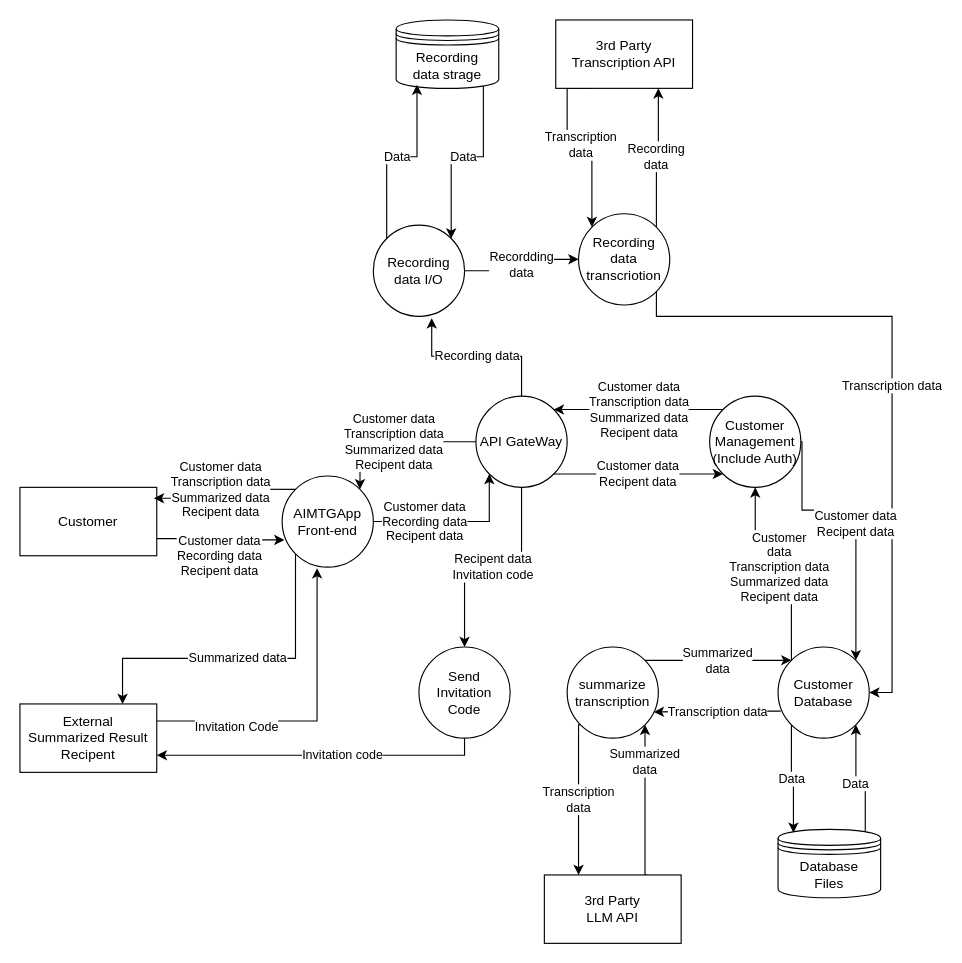
JNSA-AISecurityWG/Evaluation-of-AI-Threat-Modeling-Techniques keeps this draw.io diagram as model/AIMTGApp_DFD.drawio. Above is the earlier version. Source tidied: cells renumbered, new cells numbered last; positions are measured from the earlier drawing's top-left corner, leaving out a move shared by most shapes. Both pictures are drawn from the tidied source at 114%, with x=0, y=0 at pixel (19, 19).
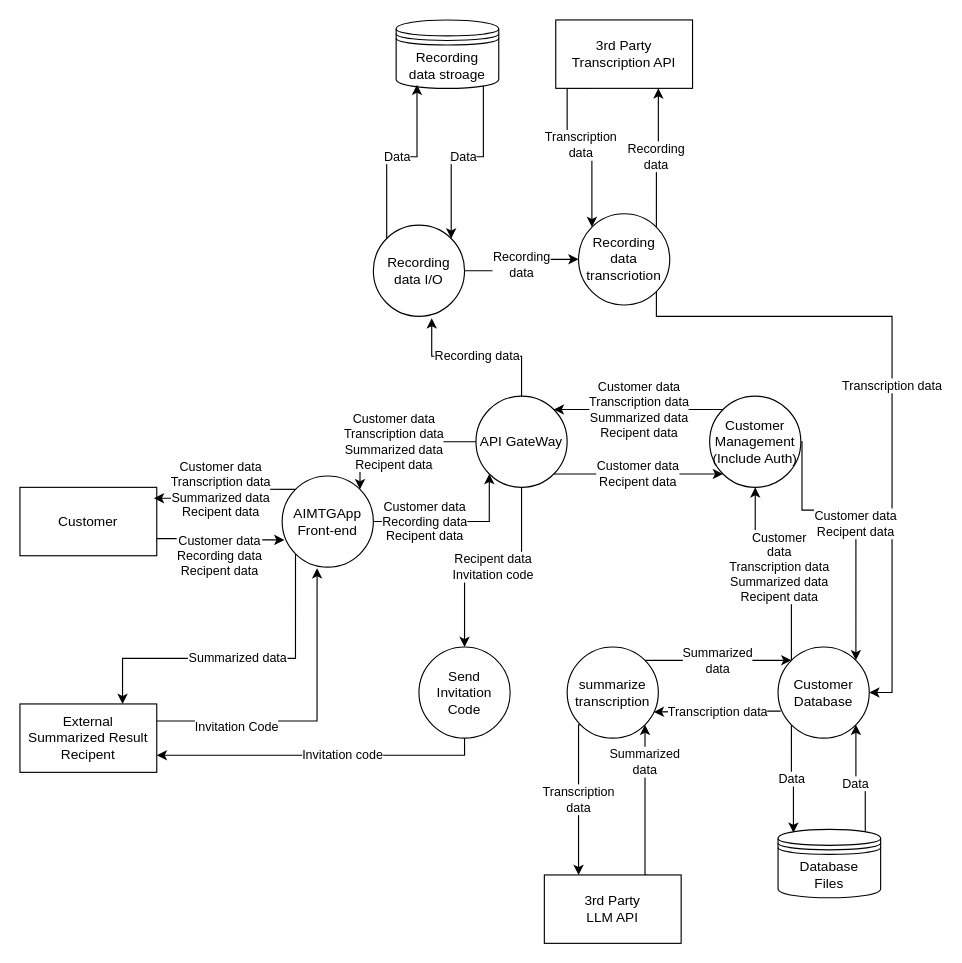
Above is the later version.

Unchanged cells that the change refers to:
```xml
<mxCell id="24" value="&lt;div&gt;Recording data transcriotion&lt;/div&gt;" style="ellipse;whiteSpace=wrap;html=1;" parent="1" vertex="1">
  <mxGeometry x="490" y="170" width="80" height="80" as="geometry" />
</mxCell>
<mxCell id="25" value="&lt;div&gt;Recording data I/O&lt;/div&gt;" style="ellipse;whiteSpace=wrap;html=1;" parent="1" vertex="1">
  <mxGeometry x="310" y="180" width="80" height="80" as="geometry" />
</mxCell>
```

Change to the diagram source:
```diff
@@
-    <mxCell id="12" value="Recording&lt;br&gt;data strage" style="shape=datastore;whiteSpace=wrap;html=1;" parent="1" vertex="1">
+    <mxCell id="12" value="Recording&lt;br&gt;data stroage" style="shape=datastore;whiteSpace=wrap;html=1;" parent="1" vertex="1">
       <mxGeometry x="330" width="90" height="60" as="geometry" />
     </mxCell>
@@
-    <mxCell id="31" value="Recordding&lt;br&gt;data" style="edgeStyle=orthogonalEdgeStyle;rounded=0;jettySize=auto;html=1;exitX=1;exitY=0.5;exitDx=0;exitDy=0;entryX=0;entryY=0.5;entryDx=0;entryDy=0;" parent="1" edge="1" source="25" target="24">
+    <mxCell id="31" value="Recording&lt;br&gt;data" style="edgeStyle=orthogonalEdgeStyle;rounded=0;jettySize=auto;html=1;exitX=1;exitY=0.5;exitDx=0;exitDy=0;entryX=0;entryY=0.5;entryDx=0;entryDy=0;" parent="1" edge="1" source="25" target="24">
       <mxGeometry relative="1" as="geometry" />
     </mxCell>
```
